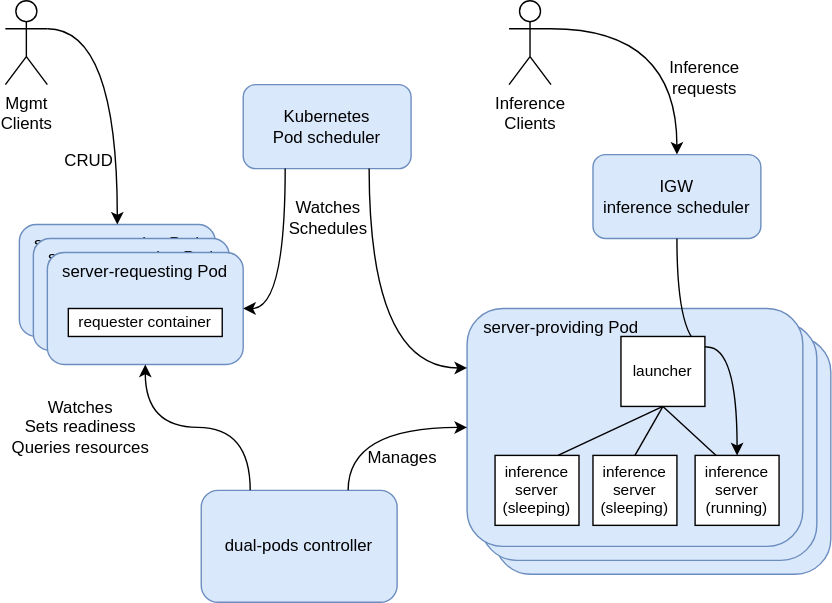
This is docs/llm-d-fma-arch-m3.drawio.svg from llm-d-incubation/llm-d-fast-model-actuation, a draw.io export, as it was before one commit. Source tidied: cells renumbered, new cells last; positions are measured from the earlier drawing's top-left corner, leaving out a move shared by most shapes.
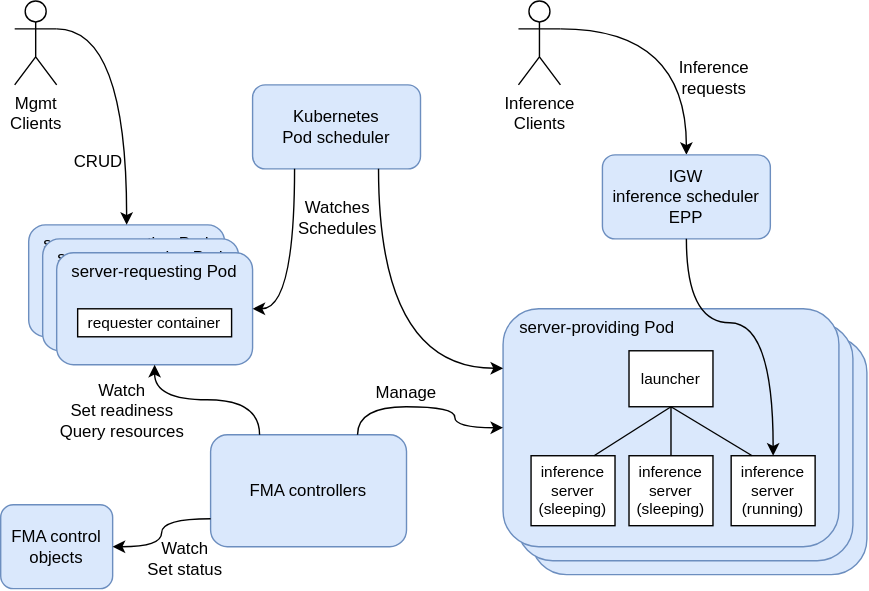
Above is the later version.

Commit message:
Start updating docs/dual-pods.md for milestone 3 (#672)

Diff of the diagram source:
```diff
@@ -3,10 +3,10 @@
     <mxCell id="0" />
     <mxCell id="1" parent="0" />
     <mxCell id="2" value="server-running Pod" style="rounded=1;whiteSpace=wrap;html=1;fontSize=12;verticalAlign=top;fillColor=#dae8fc;strokeColor=#6c8ebf;" parent="1" vertex="1">
-      <mxGeometry x="350" y="240" width="240" height="170" as="geometry" />
+      <mxGeometry x="369" y="240" width="240" height="170" as="geometry" />
     </mxCell>
     <mxCell id="3" value="server-running Pod" style="rounded=1;whiteSpace=wrap;html=1;fontSize=12;verticalAlign=top;fillColor=#dae8fc;strokeColor=#6c8ebf;" parent="1" vertex="1">
-      <mxGeometry x="340" y="230" width="240" height="170" as="geometry" />
+      <mxGeometry x="359" y="230" width="240" height="170" as="geometry" />
     </mxCell>
     <mxCell id="4" value="server-requesting Pod" style="rounded=1;whiteSpace=wrap;html=1;fontSize=12;verticalAlign=top;fillColor=#dae8fc;strokeColor=#6c8ebf;" parent="1" vertex="1">
       <mxGeometry x="10" y="160" width="140" height="80" as="geometry" />
@@ -20,14 +20,14 @@
     <mxCell id="7" value="requester container" style="rounded=0;whiteSpace=wrap;html=1;fontSize=11;" parent="1" vertex="1">
       <mxGeometry x="45" y="220" width="110" height="20" as="geometry" />
     </mxCell>
-    <mxCell id="8" value="dual-pods controller" style="rounded=1;whiteSpace=wrap;html=1;fontSize=12;verticalAlign=middle;fillColor=#dae8fc;strokeColor=#6c8ebf;" parent="1" vertex="1">
-      <mxGeometry x="140" y="350" width="140" height="80" as="geometry" />
+    <mxCell id="8" value="FMA controllers" style="rounded=1;whiteSpace=wrap;html=1;fontSize=12;verticalAlign=middle;fillColor=#dae8fc;strokeColor=#6c8ebf;" parent="1" vertex="1">
+      <mxGeometry x="140" y="310" width="140" height="80" as="geometry" />
     </mxCell>
     <mxCell id="9" value="&amp;nbsp; &amp;nbsp;server-providing Pod" style="rounded=1;whiteSpace=wrap;html=1;fontSize=12;verticalAlign=top;fillColor=#dae8fc;strokeColor=#6c8ebf;align=left;" parent="1" vertex="1">
-      <mxGeometry x="330" y="220" width="240" height="170" as="geometry" />
+      <mxGeometry x="349" y="220" width="240" height="170" as="geometry" />
     </mxCell>
     <mxCell id="10" value="inference server (running)" style="rounded=0;whiteSpace=wrap;html=1;fontSize=11;" parent="1" vertex="1">
-      <mxGeometry x="493" y="325" width="60" height="50" as="geometry" />
+      <mxGeometry x="512" y="325" width="60" height="50" as="geometry" />
     </mxCell>
     <mxCell id="11" style="edgeStyle=orthogonalEdgeStyle;rounded=0;jettySize=auto;html=1;exitX=1;exitY=0.3333333333333333;exitDx=0;exitDy=0;exitPerimeter=0;entryX=0.5;entryY=0;entryDx=0;entryDy=0;curved=1;" parent="1" edge="1" source="12" target="4">
       <mxGeometry relative="1" as="geometry" />
@@ -41,14 +41,14 @@
     <mxCell id="14" style="edgeStyle=orthogonalEdgeStyle;rounded=0;jettySize=auto;html=1;exitX=0.25;exitY=0;exitDx=0;exitDy=0;entryX=0.5;entryY=1;entryDx=0;entryDy=0;curved=1;" parent="1" edge="1" source="8" target="6">
       <mxGeometry relative="1" as="geometry" />
     </mxCell>
-    <mxCell id="15" value="Watches&lt;div&gt;Sets readiness&lt;/div&gt;&lt;div&gt;Queries resources&lt;/div&gt;" style="text;html=1;align=center;verticalAlign=middle;whiteSpace=wrap;rounded=0;" parent="1" vertex="1">
-      <mxGeometry y="270" width="107.5" height="70" as="geometry" />
+    <mxCell id="15" value="Watch&lt;div&gt;Set readiness&lt;/div&gt;&lt;div&gt;Query resources&lt;/div&gt;" style="text;html=1;align=center;verticalAlign=middle;whiteSpace=wrap;rounded=0;" parent="1" vertex="1">
+      <mxGeometry x="23" y="258" width="107.5" height="70" as="geometry" />
     </mxCell>
     <mxCell id="16" style="edgeStyle=orthogonalEdgeStyle;rounded=0;jettySize=auto;html=1;exitX=0.75;exitY=0;exitDx=0;exitDy=0;entryX=0;entryY=0.5;entryDx=0;entryDy=0;curved=1;" parent="1" edge="1" source="8" target="9">
       <mxGeometry relative="1" as="geometry" />
     </mxCell>
-    <mxCell id="17" value="Manages" style="text;html=1;align=center;verticalAlign=middle;whiteSpace=wrap;rounded=0;" parent="1" vertex="1">
-      <mxGeometry x="254" y="312" width="60" height="30" as="geometry" />
+    <mxCell id="17" value="Manage" style="text;html=1;align=center;verticalAlign=middle;whiteSpace=wrap;rounded=0;" parent="1" vertex="1">
+      <mxGeometry x="250" y="265" width="60" height="30" as="geometry" />
     </mxCell>
     <mxCell id="18" value="Inference&lt;br&gt;&lt;div&gt;&lt;div&gt;Clients&lt;/div&gt;&lt;/div&gt;" style="shape=umlActor;verticalLabelPosition=bottom;verticalAlign=top;html=1;outlineConnect=0;" parent="1" vertex="1">
       <mxGeometry x="360" width="30" height="60" as="geometry" />
@@ -71,20 +71,25 @@
     <mxCell id="24" value="Watches&lt;div&gt;Schedules&lt;/div&gt;" style="text;html=1;align=center;verticalAlign=middle;whiteSpace=wrap;rounded=0;" parent="1" vertex="1">
       <mxGeometry x="201" y="140" width="60" height="30" as="geometry" />
     </mxCell>
-    <mxCell id="25" value="IGW&lt;div&gt;inference scheduler&lt;/div&gt;" style="rounded=1;whiteSpace=wrap;html=1;fontSize=12;verticalAlign=middle;fillColor=#dae8fc;strokeColor=#6c8ebf;" parent="1" vertex="1">
+    <mxCell id="25" value="IGW&lt;div&gt;inference scheduler&lt;/div&gt;&lt;div&gt;EPP&lt;/div&gt;" style="rounded=1;whiteSpace=wrap;html=1;fontSize=12;verticalAlign=middle;fillColor=#dae8fc;strokeColor=#6c8ebf;" parent="1" vertex="1">
       <mxGeometry x="420" y="110" width="120" height="60" as="geometry" />
     </mxCell>
     <mxCell id="26" style="edgeStyle=orthogonalEdgeStyle;rounded=0;jettySize=auto;html=1;exitX=0.5;exitY=1;exitDx=0;exitDy=0;entryX=0.5;entryY=0;entryDx=0;entryDy=0;curved=1;" parent="1" edge="1" source="25" target="10">
-      <mxGeometry relative="1" as="geometry" />
+      <mxGeometry relative="1" as="geometry">
+        <Array as="points">
+          <mxPoint x="480" y="230" />
+          <mxPoint x="542" y="230" />
+        </Array>
+      </mxGeometry>
     </mxCell>
     <mxCell id="27" value="inference server (sleeping)" style="rounded=0;whiteSpace=wrap;html=1;fontSize=11;" parent="1" vertex="1">
-      <mxGeometry x="420" y="325" width="60" height="50" as="geometry" />
+      <mxGeometry x="439" y="325" width="60" height="50" as="geometry" />
     </mxCell>
     <mxCell id="28" value="inference server (sleeping)" style="rounded=0;whiteSpace=wrap;html=1;fontSize=11;" parent="1" vertex="1">
-      <mxGeometry x="350" y="325" width="60" height="50" as="geometry" />
+      <mxGeometry x="369" y="325" width="60" height="50" as="geometry" />
     </mxCell>
     <mxCell id="29" value="launcher" style="rounded=0;whiteSpace=wrap;html=1;fontSize=11;" parent="1" vertex="1">
-      <mxGeometry x="440" y="240" width="60" height="50" as="geometry" />
+      <mxGeometry x="439" y="250" width="60" height="40" as="geometry" />
     </mxCell>
     <mxCell id="30" style="endArrow=none;startArrow=none;html=1;rounded=0;entryX=0.5;entryY=1;entryDx=0;entryDy=0;exitX=0.75;exitY=0;exitDx=0;exitDy=0;startFill=0;endFill=0;" parent="1" edge="1" source="28" target="29">
       <mxGeometry relative="1" as="geometry" />
@@ -95,5 +100,14 @@
     <mxCell id="32" style="endArrow=none;startArrow=none;html=1;rounded=0;entryX=0.5;entryY=1;entryDx=0;entryDy=0;exitX=0.5;exitY=0;exitDx=0;exitDy=0;startFill=0;endFill=0;" parent="1" edge="1" source="27" target="29">
       <mxGeometry relative="1" as="geometry" />
     </mxCell>
+    <mxCell id="33" value="FMA control objects" style="rounded=1;whiteSpace=wrap;html=1;fontSize=12;verticalAlign=middle;fillColor=#dae8fc;strokeColor=#6c8ebf;" parent="1" vertex="1">
+      <mxGeometry x="-10" y="360" width="80" height="60" as="geometry" />
+    </mxCell>
+    <mxCell id="34" style="edgeStyle=orthogonalEdgeStyle;rounded=0;jettySize=auto;html=1;exitX=0;exitY=0.75;exitDx=0;exitDy=0;entryX=1;entryY=0.5;entryDx=0;entryDy=0;curved=1;" parent="1" edge="1" source="8" target="33">
+      <mxGeometry relative="1" as="geometry" />
+    </mxCell>
+    <mxCell id="35" value="W&lt;span style=&quot;background-color: transparent; color: light-dark(rgb(0, 0, 0), rgb(255, 255, 255));&quot;&gt;atch&lt;/span&gt;&lt;div&gt;&lt;span style=&quot;background-color: transparent; color: light-dark(rgb(0, 0, 0), rgb(255, 255, 255));&quot;&gt;Set status&lt;/span&gt;&lt;/div&gt;" style="text;html=1;align=center;verticalAlign=middle;whiteSpace=wrap;rounded=0;" parent="1" vertex="1">
+      <mxGeometry x="92" y="384" width="60" height="30" as="geometry" />
+    </mxCell>
   </root>
 </mxGraphModel>
```
